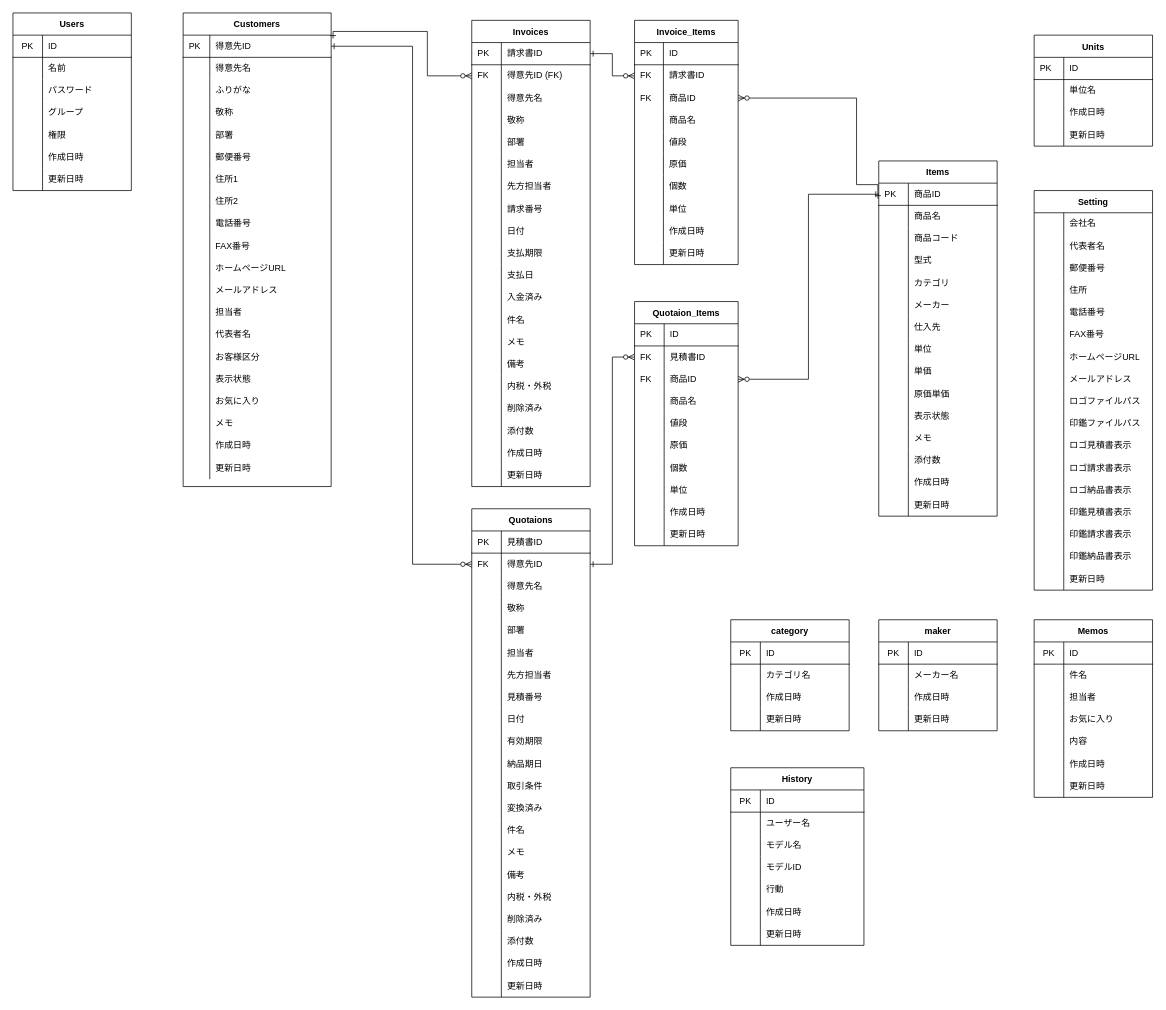
Above: soho_er.dio in gamasenninn/caddie-clone (draw.io), before the change. Source tidied: cells renumbered, new cells numbered last; positions are measured from the earlier drawing's top-left corner, leaving out a move shared by most shapes. Both pictures are drawn from the tidied source at 74%, with x=0, y=0 at pixel (13, 13).
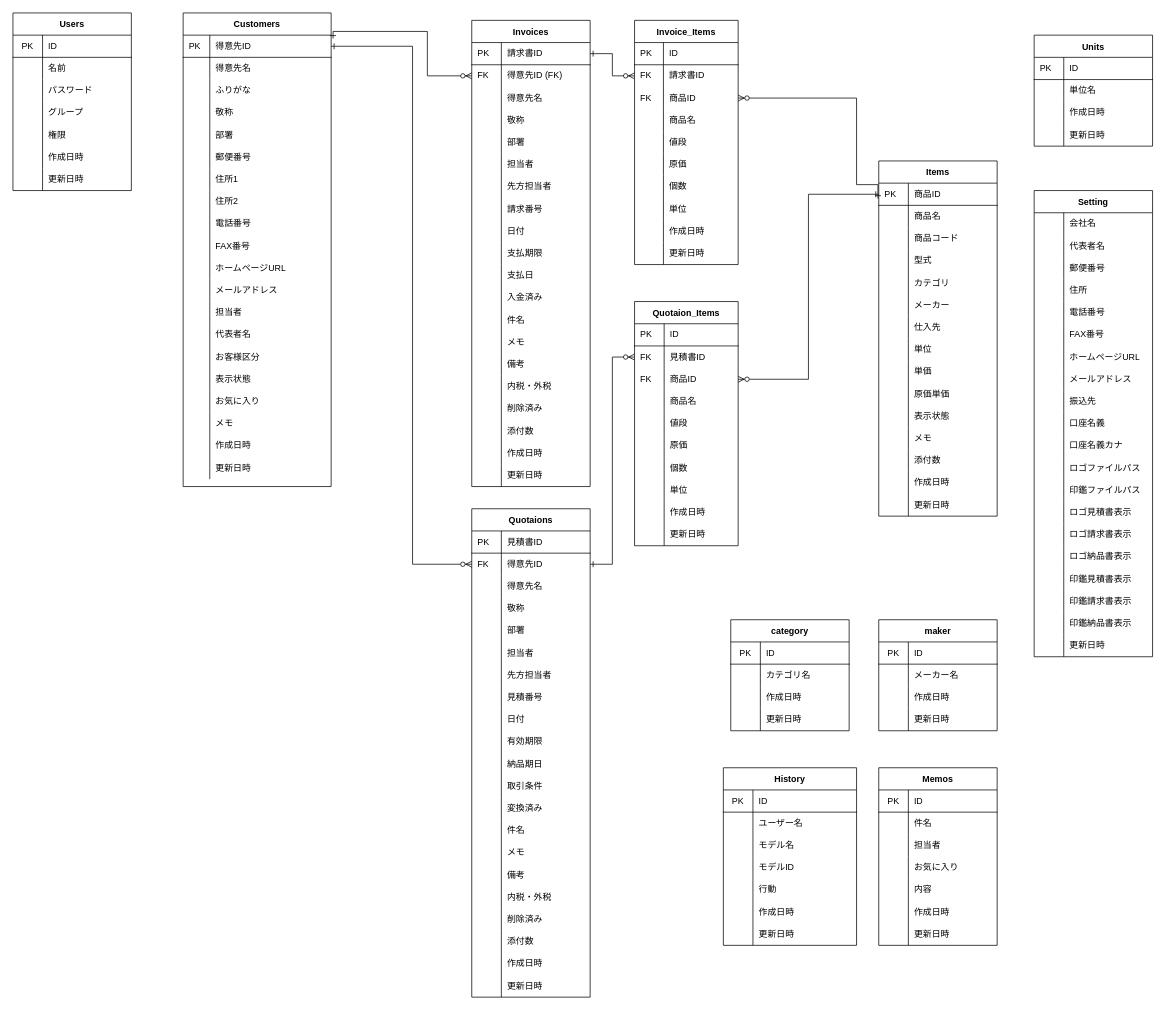
The same page after the edit.

Diff of the diagram source:
```diff
@@
     <mxCell id="309" value="Setting" style="shape=table;startSize=30;childLayout=tableLayout;rowLines=0;fontStyle=1;align=center;" parent="1" vertex="1">
-      <mxGeometry x="1380" y="240" width="160" height="540" as="geometry" />
+      <mxGeometry x="1380" y="240" width="160" height="630" as="geometry" />
     </mxCell>
@@
+    <mxCell id="459" style="shape=partialRectangle;html=1;whiteSpace=wrap;fillColor=none;top=0;left=0;bottom=0;right=0;" parent="309" vertex="1">
+      <mxGeometry y="270" width="160" height="30" as="geometry" />
+    </mxCell>
+    <mxCell id="460" style="shape=partialRectangle;html=1;whiteSpace=wrap;fillColor=none;top=0;left=0;bottom=0;right=0;align=left;spacingLeft=6;overflow=hidden;" parent="459" vertex="1">
+      <mxGeometry width="40" height="30" as="geometry" />
+    </mxCell>
+    <mxCell id="461" value="振込先" style="shape=partialRectangle;html=1;whiteSpace=wrap;fillColor=none;top=0;left=0;bottom=0;right=0;align=left;spacingLeft=6;overflow=hidden;" parent="459" vertex="1">
+      <mxGeometry x="40" width="120" height="30" as="geometry" />
+    </mxCell>
+    <mxCell id="462" style="shape=partialRectangle;html=1;whiteSpace=wrap;fillColor=none;top=0;left=0;bottom=0;right=0;" parent="309" vertex="1">
+      <mxGeometry y="300" width="160" height="30" as="geometry" />
+    </mxCell>
+    <mxCell id="463" style="shape=partialRectangle;html=1;whiteSpace=wrap;fillColor=none;top=0;left=0;bottom=0;right=0;align=left;spacingLeft=6;overflow=hidden;" parent="462" vertex="1">
+      <mxGeometry width="40" height="30" as="geometry" />
+    </mxCell>
+    <mxCell id="464" value="口座名義" style="shape=partialRectangle;html=1;whiteSpace=wrap;fillColor=none;top=0;left=0;bottom=0;right=0;align=left;spacingLeft=6;overflow=hidden;" parent="462" vertex="1">
+      <mxGeometry x="40" width="120" height="30" as="geometry" />
+    </mxCell>
+    <mxCell id="465" style="shape=partialRectangle;html=1;whiteSpace=wrap;fillColor=none;top=0;left=0;bottom=0;right=0;" parent="309" vertex="1">
+      <mxGeometry y="330" width="160" height="30" as="geometry" />
+    </mxCell>
+    <mxCell id="466" style="shape=partialRectangle;html=1;whiteSpace=wrap;fillColor=none;top=0;left=0;bottom=0;right=0;align=left;spacingLeft=6;overflow=hidden;" parent="465" vertex="1">
+      <mxGeometry width="40" height="30" as="geometry" />
+    </mxCell>
+    <mxCell id="467" value="口座名義カナ" style="shape=partialRectangle;html=1;whiteSpace=wrap;fillColor=none;top=0;left=0;bottom=0;right=0;align=left;spacingLeft=6;overflow=hidden;" parent="465" vertex="1">
+      <mxGeometry x="40" width="120" height="30" as="geometry" />
+    </mxCell>
     <mxCell id="334" style="shape=partialRectangle;html=1;whiteSpace=wrap;fillColor=none;top=0;left=0;bottom=0;right=0;" parent="309" vertex="1">
-      <mxGeometry y="270" width="160" height="30" as="geometry" />
+      <mxGeometry y="360" width="160" height="30" as="geometry" />
     </mxCell>
@@
     <mxCell id="337" style="shape=partialRectangle;html=1;whiteSpace=wrap;fillColor=none;top=0;left=0;bottom=0;right=0;" parent="309" vertex="1">
-      <mxGeometry y="300" width="160" height="30" as="geometry" />
+      <mxGeometry y="390" width="160" height="30" as="geometry" />
     </mxCell>
@@
     <mxCell id="340" style="shape=partialRectangle;html=1;whiteSpace=wrap;fillColor=none;top=0;left=0;bottom=0;right=0;" parent="309" vertex="1">
-      <mxGeometry y="330" width="160" height="30" as="geometry" />
+      <mxGeometry y="420" width="160" height="30" as="geometry" />
     </mxCell>
@@
     <mxCell id="343" style="shape=partialRectangle;html=1;whiteSpace=wrap;fillColor=none;top=0;left=0;bottom=0;right=0;" parent="309" vertex="1">
-      <mxGeometry y="360" width="160" height="30" as="geometry" />
+      <mxGeometry y="450" width="160" height="30" as="geometry" />
     </mxCell>
@@
     <mxCell id="346" style="shape=partialRectangle;html=1;whiteSpace=wrap;fillColor=none;top=0;left=0;bottom=0;right=0;" parent="309" vertex="1">
-      <mxGeometry y="390" width="160" height="30" as="geometry" />
+      <mxGeometry y="480" width="160" height="30" as="geometry" />
     </mxCell>
@@
     <mxCell id="349" style="shape=partialRectangle;html=1;whiteSpace=wrap;fillColor=none;top=0;left=0;bottom=0;right=0;" parent="309" vertex="1">
-      <mxGeometry y="420" width="160" height="30" as="geometry" />
+      <mxGeometry y="510" width="160" height="30" as="geometry" />
     </mxCell>
@@
     <mxCell id="352" style="shape=partialRectangle;html=1;whiteSpace=wrap;fillColor=none;top=0;left=0;bottom=0;right=0;" parent="309" vertex="1">
-      <mxGeometry y="450" width="160" height="30" as="geometry" />
+      <mxGeometry y="540" width="160" height="30" as="geometry" />
     </mxCell>
@@
     <mxCell id="355" style="shape=partialRectangle;html=1;whiteSpace=wrap;fillColor=none;top=0;left=0;bottom=0;right=0;" parent="309" vertex="1">
-      <mxGeometry y="480" width="160" height="30" as="geometry" />
+      <mxGeometry y="570" width="160" height="30" as="geometry" />
     </mxCell>
@@
     <mxCell id="358" style="shape=partialRectangle;html=1;whiteSpace=wrap;fillColor=none;top=0;left=0;bottom=0;right=0;" parent="309" vertex="1">
-      <mxGeometry y="510" width="160" height="30" as="geometry" />
+      <mxGeometry y="600" width="160" height="30" as="geometry" />
     </mxCell>
@@
     <mxCell id="367" value="Memos" style="shape=table;startSize=30;childLayout=tableLayout;rowLines=0;fontStyle=1;align=center;" parent="1" vertex="1">
-      <mxGeometry x="1380" y="820" width="160" height="240" as="geometry" />
+      <mxGeometry x="1170" y="1020" width="160" height="240" as="geometry" />
     </mxCell>
@@
     <mxCell id="437" value="History" style="shape=table;startSize=30;childLayout=tableLayout;rowLines=0;fontStyle=1;align=center;" parent="1" vertex="1">
-      <mxGeometry x="970" y="1020" width="180" height="240" as="geometry" />
+      <mxGeometry x="960" y="1020" width="180" height="240" as="geometry" />
     </mxCell>
```
